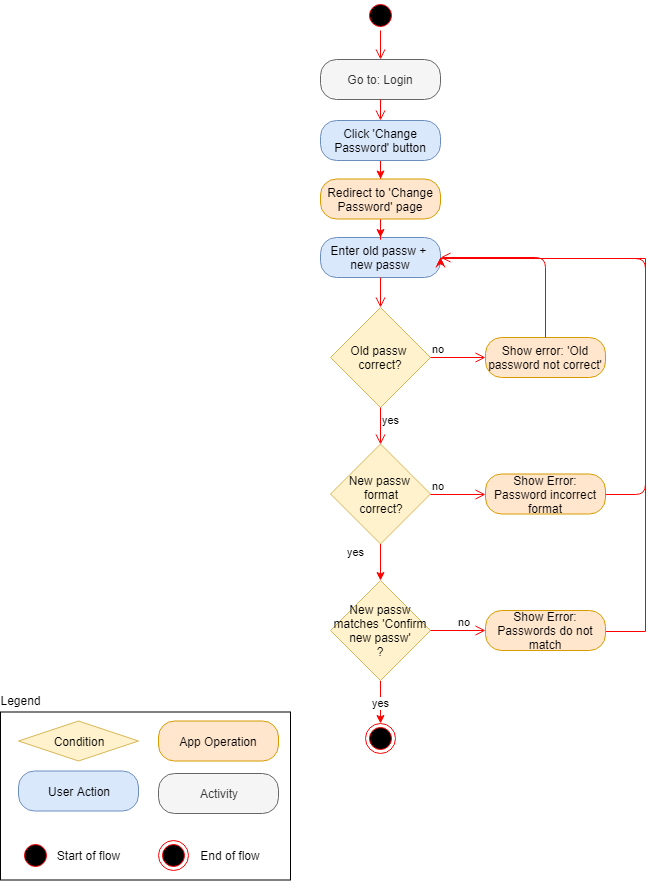
Above: Documentation/Diagrams/Activity Diagram/Screenshots/Event Tracker - Activity Diagram - Change Password.png in Evdes/EventTracker (draw.io), before the change. Source tidied: cells renumbered, new cells last; positions are measured from the earlier drawing's top-left corner, leaving out a move shared by most shapes. Its diagram source:
```xml
<mxGraphModel>
  <root>
    <mxCell id="0" />
    <mxCell id="1" parent="0" />
    <mxCell id="2" style="ellipse;html=1;shape=startState;fillColor=#000000;strokeColor=#ff0000;" parent="1" vertex="1">
      <mxGeometry x="365" width="30" height="30" as="geometry" />
    </mxCell>
    <mxCell id="3" style="edgeStyle=orthogonalEdgeStyle;html=1;verticalAlign=bottom;endArrow=open;endSize=8;strokeColor=#ff0000;entryX=0.5;entryY=0;entryDx=0;entryDy=0;" parent="1" edge="1" source="2" target="4">
      <mxGeometry relative="1" as="geometry" />
    </mxCell>
    <mxCell id="4" value="Go to: Login" style="rounded=1;whiteSpace=wrap;html=1;arcSize=40;fontColor=#333333;fillColor=#f5f5f5;strokeColor=#666666;" parent="1" vertex="1">
      <mxGeometry x="320" y="59" width="120" height="40" as="geometry" />
    </mxCell>
    <mxCell id="5" style="edgeStyle=orthogonalEdgeStyle;html=1;verticalAlign=bottom;endArrow=open;endSize=8;strokeColor=#ff0000;" parent="1" edge="1" source="4" target="7">
      <mxGeometry relative="1" as="geometry" />
    </mxCell>
    <mxCell id="6" style="edgeStyle=orthogonalEdgeStyle;rounded=0;jettySize=auto;html=1;strokeColor=#FF0000;" parent="1" edge="1" source="7" target="37">
      <mxGeometry relative="1" as="geometry" />
    </mxCell>
    <mxCell id="7" value="Click 'Change Password' button" style="rounded=1;whiteSpace=wrap;html=1;arcSize=40;fillColor=#dae8fc;strokeColor=#6c8ebf;" parent="1" vertex="1">
      <mxGeometry x="320" y="120" width="120" height="40" as="geometry" />
    </mxCell>
    <mxCell id="8" value="Enter old passw +&amp;nbsp; new passw" style="rounded=1;whiteSpace=wrap;html=1;arcSize=40;fillColor=#dae8fc;strokeColor=#6c8ebf;" parent="1" vertex="1">
      <mxGeometry x="320" y="237" width="120" height="40" as="geometry" />
    </mxCell>
    <mxCell id="9" style="edgeStyle=orthogonalEdgeStyle;html=1;verticalAlign=bottom;endArrow=open;endSize=8;strokeColor=#ff0000;entryX=0.5;entryY=0;entryDx=0;entryDy=0;" parent="1" edge="1" source="8" target="10">
      <mxGeometry relative="1" as="geometry" />
    </mxCell>
    <mxCell id="10" value="Old passw &lt;br&gt;correct?" style="rhombus;whiteSpace=wrap;html=1;fillColor=#fff2cc;strokeColor=#d6b656;" parent="1" vertex="1">
      <mxGeometry x="330" y="307" width="100" height="100" as="geometry" />
    </mxCell>
    <mxCell id="11" value="no" style="edgeStyle=orthogonalEdgeStyle;html=1;align=left;verticalAlign=bottom;endArrow=open;endSize=8;strokeColor=#ff0000;entryX=0;entryY=0.5;entryDx=0;entryDy=0;" parent="1" edge="1" source="10" target="13">
      <mxGeometry x="-1" relative="1" as="geometry" />
    </mxCell>
    <mxCell id="12" value="yes" style="edgeStyle=orthogonalEdgeStyle;html=1;align=left;verticalAlign=top;endArrow=open;endSize=8;strokeColor=#ff0000;entryX=0.5;entryY=0;entryDx=0;entryDy=0;" parent="1" edge="1" source="10" target="16">
      <mxGeometry x="-1" relative="1" as="geometry" />
    </mxCell>
    <mxCell id="13" value="Show error: 'Old password not correct'" style="rounded=1;whiteSpace=wrap;html=1;arcSize=40;fillColor=#ffe6cc;strokeColor=#d79b00;" parent="1" vertex="1">
      <mxGeometry x="485" y="337" width="120" height="40" as="geometry" />
    </mxCell>
    <mxCell id="14" style="edgeStyle=orthogonalEdgeStyle;html=1;verticalAlign=bottom;endArrow=open;endSize=8;strokeColor=#ff0000;entryX=1;entryY=0.5;entryDx=0;entryDy=0;" parent="1" edge="1" source="13" target="8">
      <mxGeometry relative="1" as="geometry">
        <Array as="points">
          <mxPoint x="545" y="257" />
        </Array>
      </mxGeometry>
    </mxCell>
    <mxCell id="15" value="yes" style="edgeStyle=orthogonalEdgeStyle;rounded=0;jettySize=auto;html=1;strokeColor=#FF0000;" parent="1" edge="1" source="16" target="21">
      <mxGeometry x="0.02" y="23" relative="1" as="geometry">
        <mxPoint x="-2" y="-10" as="offset" />
      </mxGeometry>
    </mxCell>
    <mxCell id="16" value="New passw&amp;nbsp;&lt;br&gt;format&lt;br&gt;correct?&lt;br&gt;" style="rhombus;whiteSpace=wrap;html=1;fillColor=#fff2cc;strokeColor=#d6b656;" parent="1" vertex="1">
      <mxGeometry x="330" y="443.5" width="100" height="100" as="geometry" />
    </mxCell>
    <mxCell id="17" value="no" style="edgeStyle=orthogonalEdgeStyle;html=1;align=left;verticalAlign=bottom;endArrow=open;endSize=8;strokeColor=#ff0000;exitX=1;exitY=0.5;exitDx=0;exitDy=0;entryX=0;entryY=0.5;entryDx=0;entryDy=0;" parent="1" edge="1" source="16" target="18">
      <mxGeometry x="-1" relative="1" as="geometry" />
    </mxCell>
    <mxCell id="18" value="Show Error: Password incorrect format" style="rounded=1;whiteSpace=wrap;html=1;arcSize=40;fillColor=#ffe6cc;strokeColor=#d79b00;" parent="1" vertex="1">
      <mxGeometry x="485" y="473.5" width="120" height="40" as="geometry" />
    </mxCell>
    <mxCell id="19" style="edgeStyle=orthogonalEdgeStyle;html=1;verticalAlign=bottom;endArrow=open;endSize=8;strokeColor=#ff0000;exitX=1;exitY=0.5;exitDx=0;exitDy=0;entryX=1;entryY=0.5;entryDx=0;entryDy=0;" parent="1" edge="1" source="18" target="8">
      <mxGeometry relative="1" as="geometry">
        <Array as="points">
          <mxPoint x="645" y="493.5" />
          <mxPoint x="645" y="257.5" />
        </Array>
      </mxGeometry>
    </mxCell>
    <mxCell id="20" value="yes" style="edgeStyle=orthogonalEdgeStyle;rounded=0;jettySize=auto;html=1;strokeColor=#FF0000;" parent="1" edge="1" source="21" target="25">
      <mxGeometry relative="1" as="geometry" />
    </mxCell>
    <mxCell id="21" value="New passw matches 'Confirm new passw'&lt;br&gt;?&lt;br&gt;" style="rhombus;whiteSpace=wrap;html=1;fillColor=#fff2cc;strokeColor=#d6b656;" parent="1" vertex="1">
      <mxGeometry x="330" y="580" width="100" height="100" as="geometry" />
    </mxCell>
    <mxCell id="22" value="no" style="edgeStyle=orthogonalEdgeStyle;html=1;align=left;verticalAlign=bottom;endArrow=open;endSize=8;strokeColor=#ff0000;entryX=0;entryY=0.5;entryDx=0;entryDy=0;" parent="1" edge="1" source="21" target="24">
      <mxGeometry x="0.03" y="-3" relative="1" as="geometry">
        <mxPoint x="-2" y="-3" as="offset" />
      </mxGeometry>
    </mxCell>
    <mxCell id="23" style="edgeStyle=orthogonalEdgeStyle;rounded=0;jettySize=auto;html=1;strokeColor=#FF0000;entryX=1;entryY=0.5;entryDx=0;entryDy=0;" parent="1" edge="1" source="24" target="8">
      <mxGeometry relative="1" as="geometry">
        <Array as="points">
          <mxPoint x="645" y="630.5" />
          <mxPoint x="645" y="257.5" />
        </Array>
      </mxGeometry>
    </mxCell>
    <mxCell id="24" value="Show Error: Passwords do not match" style="rounded=1;whiteSpace=wrap;html=1;arcSize=40;fillColor=#ffe6cc;strokeColor=#d79b00;" parent="1" vertex="1">
      <mxGeometry x="485" y="610" width="120" height="40" as="geometry" />
    </mxCell>
    <mxCell id="25" style="ellipse;html=1;shape=endState;fillColor=#000000;strokeColor=#ff0000;" parent="1" vertex="1">
      <mxGeometry x="365" y="723" width="30" height="30" as="geometry" />
    </mxCell>
    <mxCell id="26" style="rounded=0;whiteSpace=wrap;html=1;fillColor=none;" parent="1" vertex="1">
      <mxGeometry y="711.5" width="290" height="168" as="geometry" />
    </mxCell>
    <mxCell id="27" value="User Action" style="rounded=1;whiteSpace=wrap;html=1;arcSize=40;fillColor=#dae8fc;strokeColor=#6c8ebf;" parent="1" vertex="1">
      <mxGeometry x="18" y="770.5" width="120" height="40" as="geometry" />
    </mxCell>
    <mxCell id="28" value="Legend" style="text;html=1;strokeColor=none;fillColor=none;align=center;verticalAlign=middle;whiteSpace=wrap;rounded=0;" parent="1" vertex="1">
      <mxGeometry y="689.5" width="40" height="20" as="geometry" />
    </mxCell>
    <mxCell id="29" value="Activity" style="rounded=1;whiteSpace=wrap;html=1;arcSize=40;fillColor=#f5f5f5;strokeColor=#666666;fontColor=#333333;" parent="1" vertex="1">
      <mxGeometry x="158" y="773" width="120" height="40" as="geometry" />
    </mxCell>
    <mxCell id="30" value="Condition" style="rhombus;whiteSpace=wrap;html=1;fillColor=#fff2cc;strokeColor=#d6b656;" parent="1" vertex="1">
      <mxGeometry x="18" y="720.5" width="120" height="40" as="geometry" />
    </mxCell>
    <mxCell id="31" value="App Operation" style="rounded=1;whiteSpace=wrap;html=1;arcSize=40;fillColor=#ffe6cc;strokeColor=#d79b00;" parent="1" vertex="1">
      <mxGeometry x="158" y="720.5" width="120" height="40" as="geometry" />
    </mxCell>
    <mxCell id="32" style="ellipse;html=1;shape=startState;fillColor=#000000;strokeColor=#ff0000;" parent="1" vertex="1">
      <mxGeometry x="20" y="839.5" width="30" height="30" as="geometry" />
    </mxCell>
    <mxCell id="33" style="ellipse;html=1;shape=endState;fillColor=#000000;strokeColor=#ff0000;" parent="1" vertex="1">
      <mxGeometry x="158" y="839.5" width="30" height="30" as="geometry" />
    </mxCell>
    <mxCell id="34" value="Start of flow" style="text;html=1;strokeColor=none;fillColor=none;align=center;verticalAlign=middle;whiteSpace=wrap;rounded=0;" parent="1" vertex="1">
      <mxGeometry x="50" y="844.5" width="75" height="20" as="geometry" />
    </mxCell>
    <mxCell id="35" value="End of flow" style="text;html=1;strokeColor=none;fillColor=none;align=center;verticalAlign=middle;whiteSpace=wrap;rounded=0;" parent="1" vertex="1">
      <mxGeometry x="195" y="844.5" width="70" height="20" as="geometry" />
    </mxCell>
    <mxCell id="36" style="edgeStyle=orthogonalEdgeStyle;rounded=0;jettySize=auto;html=1;strokeColor=#FF0000;entryX=0.5;entryY=0;entryDx=0;entryDy=0;" parent="1" edge="1" source="37" target="8">
      <mxGeometry relative="1" as="geometry" />
    </mxCell>
    <mxCell id="37" value="Redirect to 'Change Password' page" style="rounded=1;whiteSpace=wrap;html=1;arcSize=40;fillColor=#ffe6cc;strokeColor=#d79b00;" parent="1" vertex="1">
      <mxGeometry x="320" y="178.5" width="120" height="40" as="geometry" />
    </mxCell>
  </root>
</mxGraphModel>
```
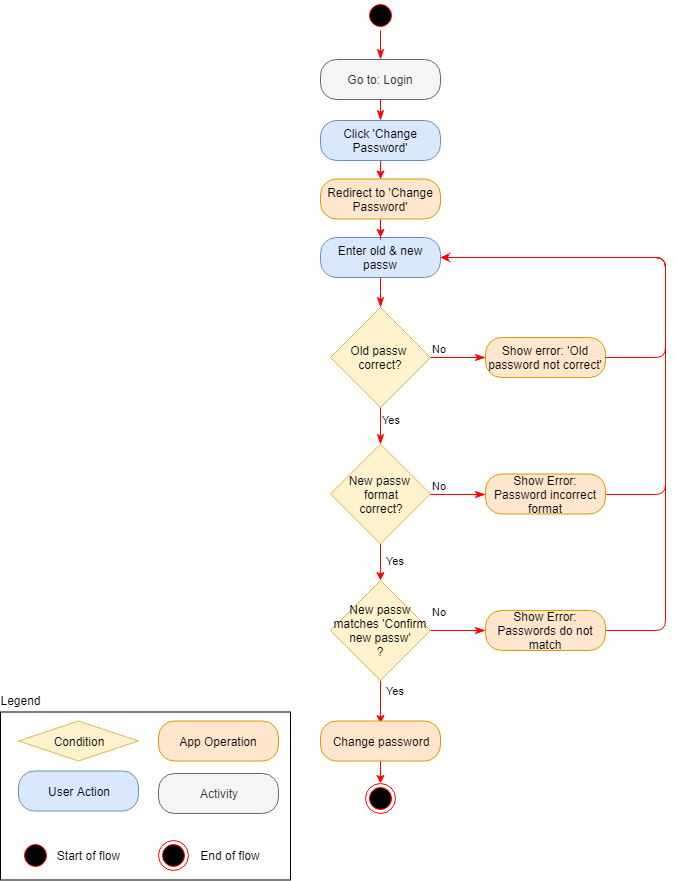
The same file after the commit.

The edit, as a diff of the source:
```diff
@@ -5,34 +5,34 @@
     <mxCell id="2" style="ellipse;html=1;shape=startState;fillColor=#000000;strokeColor=#ff0000;" parent="1" vertex="1">
       <mxGeometry x="365" width="30" height="30" as="geometry" />
     </mxCell>
-    <mxCell id="3" style="edgeStyle=orthogonalEdgeStyle;html=1;verticalAlign=bottom;endArrow=open;endSize=8;strokeColor=#ff0000;entryX=0.5;entryY=0;entryDx=0;entryDy=0;" parent="1" edge="1" source="2" target="4">
+    <mxCell id="3" style="edgeStyle=orthogonalEdgeStyle;html=1;verticalAlign=bottom;endArrow=classicThin;endSize=8;strokeColor=#ff0000;entryX=0.5;entryY=0;entryDx=0;entryDy=0;endFill=1;" parent="1" edge="1" source="2" target="4">
       <mxGeometry relative="1" as="geometry" />
     </mxCell>
     <mxCell id="4" value="Go to: Login" style="rounded=1;whiteSpace=wrap;html=1;arcSize=40;fontColor=#333333;fillColor=#f5f5f5;strokeColor=#666666;" parent="1" vertex="1">
       <mxGeometry x="320" y="59" width="120" height="40" as="geometry" />
     </mxCell>
-    <mxCell id="5" style="edgeStyle=orthogonalEdgeStyle;html=1;verticalAlign=bottom;endArrow=open;endSize=8;strokeColor=#ff0000;" parent="1" edge="1" source="4" target="7">
+    <mxCell id="5" style="edgeStyle=orthogonalEdgeStyle;html=1;verticalAlign=bottom;endArrow=classicThin;endSize=8;strokeColor=#ff0000;endFill=1;" parent="1" edge="1" source="4" target="7">
       <mxGeometry relative="1" as="geometry" />
     </mxCell>
     <mxCell id="6" style="edgeStyle=orthogonalEdgeStyle;rounded=0;jettySize=auto;html=1;strokeColor=#FF0000;" parent="1" edge="1" source="7" target="37">
       <mxGeometry relative="1" as="geometry" />
     </mxCell>
-    <mxCell id="7" value="Click 'Change Password' button" style="rounded=1;whiteSpace=wrap;html=1;arcSize=40;fillColor=#dae8fc;strokeColor=#6c8ebf;" parent="1" vertex="1">
+    <mxCell id="7" value="Click 'Change Password'" style="rounded=1;whiteSpace=wrap;html=1;arcSize=40;fillColor=#dae8fc;strokeColor=#6c8ebf;" parent="1" vertex="1">
       <mxGeometry x="320" y="120" width="120" height="40" as="geometry" />
     </mxCell>
-    <mxCell id="8" value="Enter old passw +&amp;nbsp; new passw" style="rounded=1;whiteSpace=wrap;html=1;arcSize=40;fillColor=#dae8fc;strokeColor=#6c8ebf;" parent="1" vertex="1">
+    <mxCell id="8" value="Enter old &amp;amp; new passw" style="rounded=1;whiteSpace=wrap;html=1;arcSize=40;fillColor=#dae8fc;strokeColor=#6c8ebf;" parent="1" vertex="1">
       <mxGeometry x="320" y="237" width="120" height="40" as="geometry" />
     </mxCell>
-    <mxCell id="9" style="edgeStyle=orthogonalEdgeStyle;html=1;verticalAlign=bottom;endArrow=open;endSize=8;strokeColor=#ff0000;entryX=0.5;entryY=0;entryDx=0;entryDy=0;" parent="1" edge="1" source="8" target="10">
+    <mxCell id="9" style="edgeStyle=orthogonalEdgeStyle;html=1;verticalAlign=bottom;endArrow=classicThin;endSize=8;strokeColor=#ff0000;entryX=0.5;entryY=0;entryDx=0;entryDy=0;endFill=1;" parent="1" edge="1" source="8" target="10">
       <mxGeometry relative="1" as="geometry" />
     </mxCell>
     <mxCell id="10" value="Old passw &lt;br&gt;correct?" style="rhombus;whiteSpace=wrap;html=1;fillColor=#fff2cc;strokeColor=#d6b656;" parent="1" vertex="1">
       <mxGeometry x="330" y="307" width="100" height="100" as="geometry" />
     </mxCell>
-    <mxCell id="11" value="no" style="edgeStyle=orthogonalEdgeStyle;html=1;align=left;verticalAlign=bottom;endArrow=open;endSize=8;strokeColor=#ff0000;entryX=0;entryY=0.5;entryDx=0;entryDy=0;" parent="1" edge="1" source="10" target="13">
+    <mxCell id="11" value="No" style="edgeStyle=orthogonalEdgeStyle;html=1;align=left;verticalAlign=bottom;endArrow=classicThin;endSize=8;strokeColor=#ff0000;entryX=0;entryY=0.5;entryDx=0;entryDy=0;endFill=1;" parent="1" edge="1" source="10" target="13">
       <mxGeometry x="-1" relative="1" as="geometry" />
     </mxCell>
-    <mxCell id="12" value="yes" style="edgeStyle=orthogonalEdgeStyle;html=1;align=left;verticalAlign=top;endArrow=open;endSize=8;strokeColor=#ff0000;entryX=0.5;entryY=0;entryDx=0;entryDy=0;" parent="1" edge="1" source="10" target="16">
+    <mxCell id="12" value="Yes" style="edgeStyle=orthogonalEdgeStyle;html=1;align=left;verticalAlign=top;endArrow=classicThin;endSize=8;strokeColor=#ff0000;entryX=0.5;entryY=0;entryDx=0;entryDy=0;endFill=1;" parent="1" edge="1" source="10" target="16">
       <mxGeometry x="-1" relative="1" as="geometry" />
     </mxCell>
     <mxCell id="13" value="Show error: 'Old password not correct'" style="rounded=1;whiteSpace=wrap;html=1;arcSize=40;fillColor=#ffe6cc;strokeColor=#d79b00;" parent="1" vertex="1">
@@ -41,57 +41,55 @@
     <mxCell id="14" style="edgeStyle=orthogonalEdgeStyle;html=1;verticalAlign=bottom;endArrow=open;endSize=8;strokeColor=#ff0000;entryX=1;entryY=0.5;entryDx=0;entryDy=0;" parent="1" edge="1" source="13" target="8">
       <mxGeometry relative="1" as="geometry">
         <Array as="points">
-          <mxPoint x="545" y="257" />
+          <mxPoint x="665" y="357" />
+          <mxPoint x="665" y="257" />
         </Array>
       </mxGeometry>
     </mxCell>
-    <mxCell id="15" value="yes" style="edgeStyle=orthogonalEdgeStyle;rounded=0;jettySize=auto;html=1;strokeColor=#FF0000;" parent="1" edge="1" source="16" target="21">
-      <mxGeometry x="0.02" y="23" relative="1" as="geometry">
-        <mxPoint x="-2" y="-10" as="offset" />
+    <mxCell id="15" value="Yes" style="edgeStyle=orthogonalEdgeStyle;rounded=0;jettySize=auto;html=1;strokeColor=#FF0000;" parent="1" edge="1" source="16" target="21">
+      <mxGeometry x="0.1" y="15" relative="1" as="geometry">
+        <mxPoint x="30" as="offset" />
       </mxGeometry>
     </mxCell>
     <mxCell id="16" value="New passw&amp;nbsp;&lt;br&gt;format&lt;br&gt;correct?&lt;br&gt;" style="rhombus;whiteSpace=wrap;html=1;fillColor=#fff2cc;strokeColor=#d6b656;" parent="1" vertex="1">
       <mxGeometry x="330" y="443.5" width="100" height="100" as="geometry" />
     </mxCell>
-    <mxCell id="17" value="no" style="edgeStyle=orthogonalEdgeStyle;html=1;align=left;verticalAlign=bottom;endArrow=open;endSize=8;strokeColor=#ff0000;exitX=1;exitY=0.5;exitDx=0;exitDy=0;entryX=0;entryY=0.5;entryDx=0;entryDy=0;" parent="1" edge="1" source="16" target="18">
+    <mxCell id="17" value="No" style="edgeStyle=orthogonalEdgeStyle;html=1;align=left;verticalAlign=bottom;endArrow=classicThin;endSize=8;strokeColor=#ff0000;exitX=1;exitY=0.5;exitDx=0;exitDy=0;entryX=0;entryY=0.5;entryDx=0;entryDy=0;endFill=1;" parent="1" edge="1" source="16" target="18">
       <mxGeometry x="-1" relative="1" as="geometry" />
     </mxCell>
+    <mxCell id="19" style="edgeStyle=orthogonalEdgeStyle;rounded=1;jettySize=auto;html=1;endArrow=classicThin;endFill=1;strokeColor=#FF0000;entryX=1;entryY=0.5;entryDx=0;entryDy=0;" parent="1" edge="1" source="18" target="8">
+      <mxGeometry relative="1" as="geometry">
+        <Array as="points">
+          <mxPoint x="665" y="494" />
+          <mxPoint x="665" y="257" />
+        </Array>
+      </mxGeometry>
+    </mxCell>
     <mxCell id="18" value="Show Error: Password incorrect format" style="rounded=1;whiteSpace=wrap;html=1;arcSize=40;fillColor=#ffe6cc;strokeColor=#d79b00;" parent="1" vertex="1">
       <mxGeometry x="485" y="473.5" width="120" height="40" as="geometry" />
     </mxCell>
-    <mxCell id="19" style="edgeStyle=orthogonalEdgeStyle;html=1;verticalAlign=bottom;endArrow=open;endSize=8;strokeColor=#ff0000;exitX=1;exitY=0.5;exitDx=0;exitDy=0;entryX=1;entryY=0.5;entryDx=0;entryDy=0;" parent="1" edge="1" source="18" target="8">
-      <mxGeometry relative="1" as="geometry">
-        <Array as="points">
-          <mxPoint x="645" y="493.5" />
-          <mxPoint x="645" y="257.5" />
-        </Array>
-      </mxGeometry>
-    </mxCell>
-    <mxCell id="20" value="yes" style="edgeStyle=orthogonalEdgeStyle;rounded=0;jettySize=auto;html=1;strokeColor=#FF0000;" parent="1" edge="1" source="21" target="25">
-      <mxGeometry relative="1" as="geometry" />
+    <mxCell id="20" value="Yes" style="edgeStyle=orthogonalEdgeStyle;rounded=0;jettySize=auto;html=1;strokeColor=#FF0000;" parent="1" edge="1" source="21">
+      <mxGeometry x="-0.53" y="15" relative="1" as="geometry">
+        <mxPoint x="380" y="723" as="targetPoint" />
+      </mxGeometry>
     </mxCell>
     <mxCell id="21" value="New passw matches 'Confirm new passw'&lt;br&gt;?&lt;br&gt;" style="rhombus;whiteSpace=wrap;html=1;fillColor=#fff2cc;strokeColor=#d6b656;" parent="1" vertex="1">
       <mxGeometry x="330" y="580" width="100" height="100" as="geometry" />
     </mxCell>
-    <mxCell id="22" value="no" style="edgeStyle=orthogonalEdgeStyle;html=1;align=left;verticalAlign=bottom;endArrow=open;endSize=8;strokeColor=#ff0000;entryX=0;entryY=0.5;entryDx=0;entryDy=0;" parent="1" edge="1" source="21" target="24">
-      <mxGeometry x="0.03" y="-3" relative="1" as="geometry">
-        <mxPoint x="-2" y="-3" as="offset" />
-      </mxGeometry>
+    <mxCell id="22" value="No" style="edgeStyle=orthogonalEdgeStyle;html=1;align=left;verticalAlign=bottom;endArrow=classicThin;endSize=8;strokeColor=#ff0000;entryX=0;entryY=0.5;entryDx=0;entryDy=0;endFill=1;" parent="1" edge="1" source="21" target="24">
+      <mxGeometry x="-1" y="10" relative="1" as="geometry" />
     </mxCell>
-    <mxCell id="23" style="edgeStyle=orthogonalEdgeStyle;rounded=0;jettySize=auto;html=1;strokeColor=#FF0000;entryX=1;entryY=0.5;entryDx=0;entryDy=0;" parent="1" edge="1" source="24" target="8">
+    <mxCell id="23" style="edgeStyle=orthogonalEdgeStyle;rounded=1;jettySize=auto;html=1;endArrow=classicThin;endFill=1;strokeColor=#FF0000;entryX=1;entryY=0.5;entryDx=0;entryDy=0;" parent="1" edge="1" source="24" target="8">
       <mxGeometry relative="1" as="geometry">
         <Array as="points">
-          <mxPoint x="645" y="630.5" />
-          <mxPoint x="645" y="257.5" />
+          <mxPoint x="665" y="630" />
+          <mxPoint x="665" y="257" />
         </Array>
       </mxGeometry>
     </mxCell>
     <mxCell id="24" value="Show Error: Passwords do not match" style="rounded=1;whiteSpace=wrap;html=1;arcSize=40;fillColor=#ffe6cc;strokeColor=#d79b00;" parent="1" vertex="1">
       <mxGeometry x="485" y="610" width="120" height="40" as="geometry" />
     </mxCell>
-    <mxCell id="25" style="ellipse;html=1;shape=endState;fillColor=#000000;strokeColor=#ff0000;" parent="1" vertex="1">
-      <mxGeometry x="365" y="723" width="30" height="30" as="geometry" />
-    </mxCell>
     <mxCell id="26" style="rounded=0;whiteSpace=wrap;html=1;fillColor=none;" parent="1" vertex="1">
       <mxGeometry y="711.5" width="290" height="168" as="geometry" />
     </mxCell>
@@ -125,8 +123,17 @@
     <mxCell id="36" style="edgeStyle=orthogonalEdgeStyle;rounded=0;jettySize=auto;html=1;strokeColor=#FF0000;entryX=0.5;entryY=0;entryDx=0;entryDy=0;" parent="1" edge="1" source="37" target="8">
       <mxGeometry relative="1" as="geometry" />
     </mxCell>
-    <mxCell id="37" value="Redirect to 'Change Password' page" style="rounded=1;whiteSpace=wrap;html=1;arcSize=40;fillColor=#ffe6cc;strokeColor=#d79b00;" parent="1" vertex="1">
+    <mxCell id="37" value="Redirect to 'Change Password'" style="rounded=1;whiteSpace=wrap;html=1;arcSize=40;fillColor=#ffe6cc;strokeColor=#d79b00;" parent="1" vertex="1">
       <mxGeometry x="320" y="178.5" width="120" height="40" as="geometry" />
     </mxCell>
+    <mxCell id="38" style="edgeStyle=orthogonalEdgeStyle;rounded=1;jettySize=auto;html=1;strokeColor=#FF0000;entryX=0.5;entryY=0;entryDx=0;entryDy=0;" parent="1" edge="1" source="39" target="40">
+      <mxGeometry relative="1" as="geometry" />
+    </mxCell>
+    <mxCell id="39" value="Change password" style="rounded=1;whiteSpace=wrap;html=1;arcSize=40;fillColor=#ffe6cc;strokeColor=#d79b00;" parent="1" vertex="1">
+      <mxGeometry x="320" y="720.5" width="120" height="40" as="geometry" />
+    </mxCell>
+    <mxCell id="40" style="ellipse;html=1;shape=endState;fillColor=#000000;strokeColor=#ff0000;" parent="1" vertex="1">
+      <mxGeometry x="365" y="783" width="30" height="30" as="geometry" />
+    </mxCell>
   </root>
 </mxGraphModel>
```
